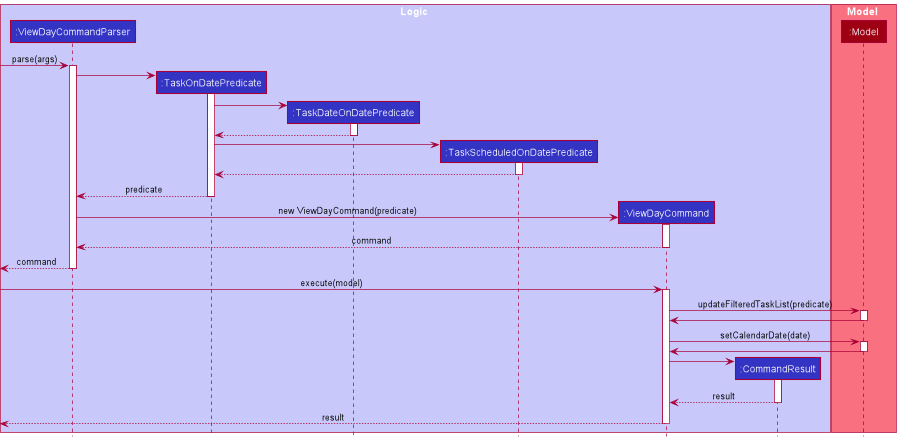
nus-cs2103-AY2021S2/tp keeps this PlantUML diagram as docs/images/ViewDateSequenceDiagram.png. Above is the earlier version.
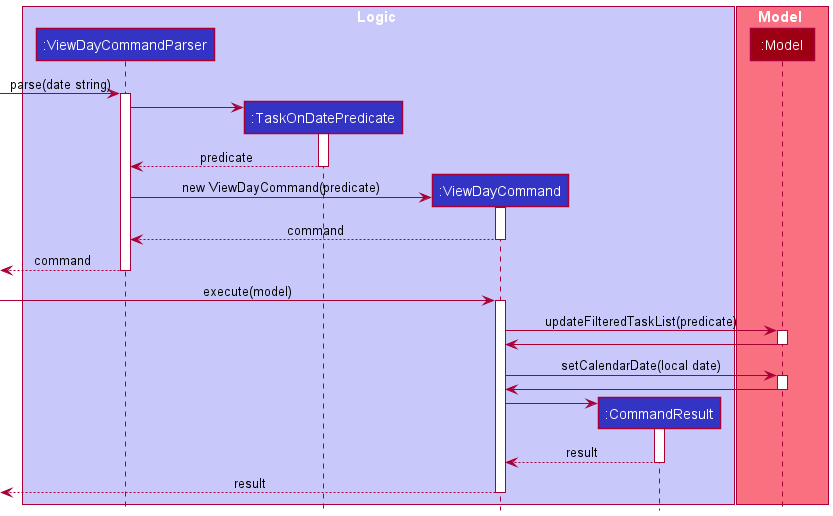
Later version of the same file.

The edit, as a diff of the source:
```diff
@@ -4,8 +4,6 @@
 box Logic LOGIC_COLOR_T1
 participant ":ViewDayCommandParser" as ViewDayCommandParser LOGIC_COLOR
 participant ":TaskOnDatePredicate" as TaskOnDatePredicate LOGIC_COLOR
-participant ":TaskDateOnDatePredicate" as TaskDateOnDatePredicate LOGIC_COLOR
-participant ":TaskScheduledOnDatePredicate" as TaskScheduledOnDatePredicate LOGIC_COLOR
 participant ":ViewDayCommand" as ViewDayCommand LOGIC_COLOR
 participant ":CommandResult" as CommandResult LOGIC_COLOR
 end box
@@ -14,26 +12,12 @@
 participant ":Model" as Model MODEL_COLOR
 end box
 
-[-> ViewDayCommandParser : parse(args)
+[-> ViewDayCommandParser : parse(date string)
 activate ViewDayCommandParser
 
 create TaskOnDatePredicate
 ViewDayCommandParser -> TaskOnDatePredicate
 activate TaskOnDatePredicate
-
-create TaskDateOnDatePredicate
-TaskOnDatePredicate -> TaskDateOnDatePredicate
-activate TaskDateOnDatePredicate
-
-TaskDateOnDatePredicate --> TaskOnDatePredicate
-deactivate TaskDateOnDatePredicate
-
-create TaskScheduledOnDatePredicate
-TaskOnDatePredicate -> TaskScheduledOnDatePredicate
-activate TaskScheduledOnDatePredicate
-
-TaskScheduledOnDatePredicate --> TaskOnDatePredicate
-deactivate TaskScheduledOnDatePredicate
 
 TaskOnDatePredicate --> ViewDayCommandParser : predicate
 deactivate TaskOnDatePredicate
@@ -45,10 +29,10 @@
 ViewDayCommand --> ViewDayCommandParser : command
 deactivate ViewDayCommand
 
-[<-- ViewDayCommandParser : command
+[<--ViewDayCommandParser : command
 deactivate ViewDayCommandParser
 
-[-> ViewDayCommand : execute(model)
+[->ViewDayCommand : execute(model)
 activate ViewDayCommand
 
 ViewDayCommand -> Model : updateFilteredTaskList(predicate)
@@ -57,7 +41,7 @@
 Model -> ViewDayCommand
 deactivate Model
 
-ViewDayCommand -> Model : setCalendarDate(date)
+ViewDayCommand -> Model : setCalendarDate(local date)
 activate Model
 
 Model -> ViewDayCommand
```
